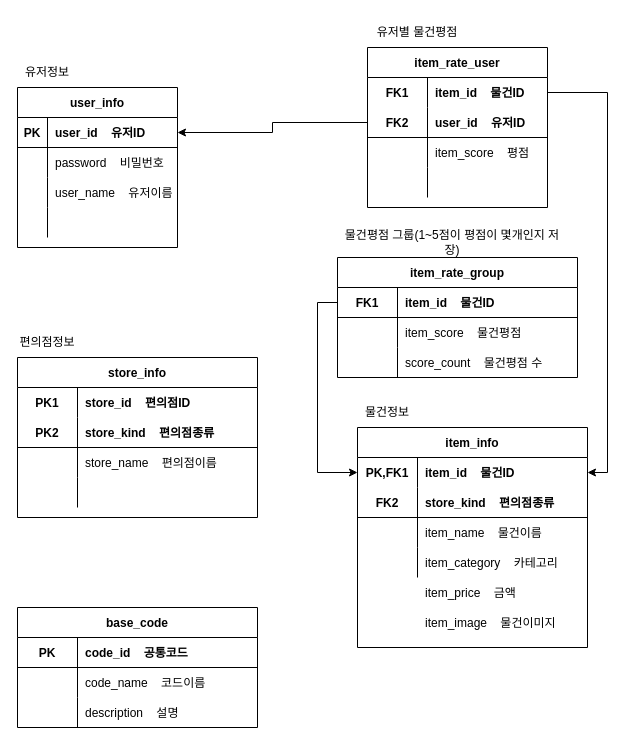
The draw.io diagram project_document/diagram/guru.drawio in CVS-GURU/CVS-GURU-BACK, before the edit. Source tidied: cells renumbered, new cells numbered last; positions are measured from the earlier drawing's top-left corner, leaving out a move shared by most shapes. Both pictures are drawn from the tidied source at 100%, with x=0, y=0 at pixel (17, 17).
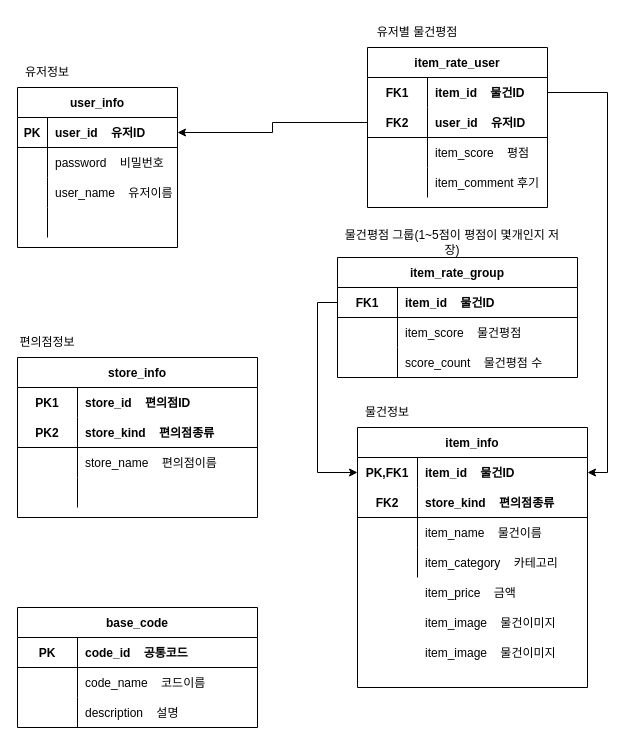
The same page after the edit.

Commit message (it also covers changes not shown here):
📝 [DOCS] : DB 스크립트 수정 및 draw.io추가

The change refers to these unchanged cells:
```xml
<mxCell id="29" style="shape=partialRectangle;fillColor=none;top=0;left=0;bottom=0;right=0;" parent="19" vertex="1">
  <mxGeometry y="120" width="180" height="30" as="geometry" />
</mxCell>
```

Diff of the diagram source:
```diff
@@
-    <mxCell id="31" style="shape=partialRectangle;fillColor=none;top=0;left=0;bottom=0;right=0;align=left;spacingLeft=6;overflow=hidden;" parent="29" vertex="1">
+    <mxCell id="31" value="item_comment 후기" style="shape=partialRectangle;fillColor=none;top=0;left=0;bottom=0;right=0;align=left;spacingLeft=6;overflow=hidden;" parent="29" vertex="1">
       <mxGeometry x="60" width="120" height="30" as="geometry" />
     </mxCell>
@@
     <mxCell id="47" value="item_info" style="shape=table;startSize=30;childLayout=tableLayout;rowLines=0;fontStyle=1;align=center;" parent="1" vertex="1">
-      <mxGeometry x="340" y="410" width="230" height="220" as="geometry" />
+      <mxGeometry x="340" y="410" width="230" height="260" as="geometry" />
     </mxCell>
@@
+    <mxCell id="86" value="item_image    물건이미지" style="shape=partialRectangle;fillColor=none;top=0;left=0;bottom=0;right=0;align=left;spacingLeft=6;overflow=hidden;" parent="1" vertex="1">
+      <mxGeometry x="400" y="620" width="150" height="30" as="geometry" />
+    </mxCell>
```
